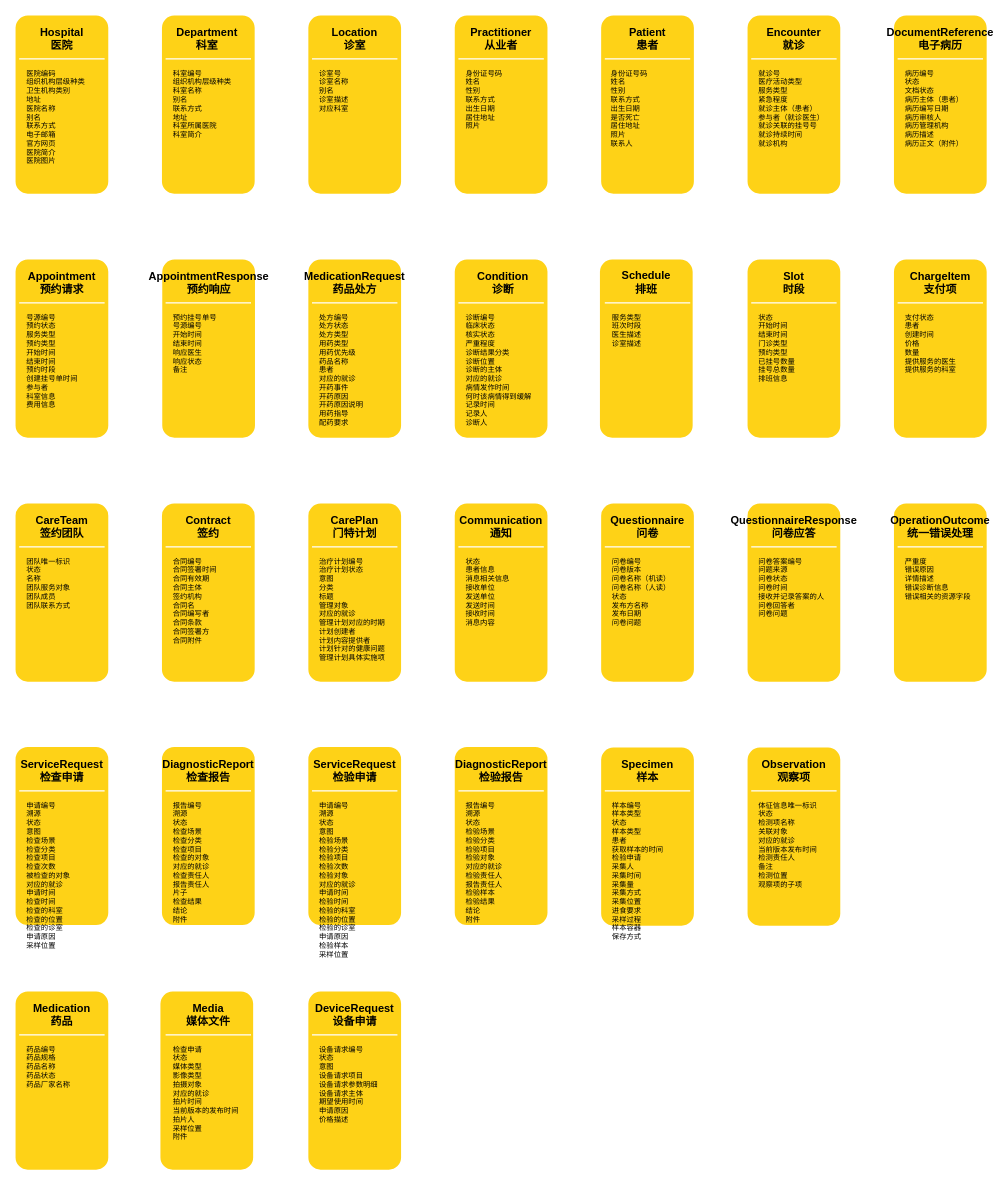
Earlier version of the draw.io diagram 新都医共体核心数据集.drawio (gingili/diagram). Source tidied: cells renumbered, new cells numbered last; positions are measured from the earlier drawing's top-left corner, leaving out a move shared by most shapes. Both pictures are drawn from the tidied source at 61%, with x=0, y=0 at pixel (13, 13).
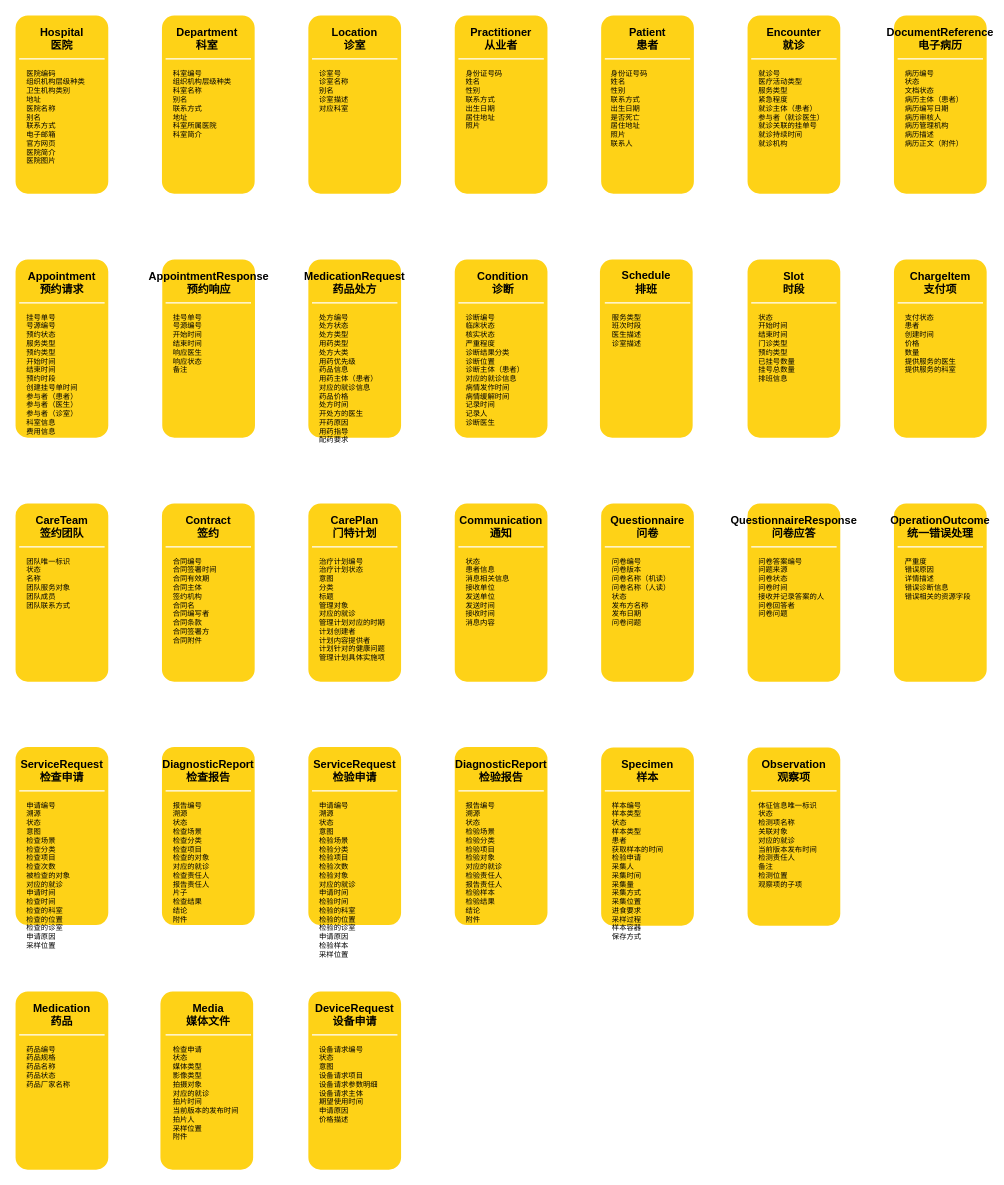
Above is the later version.

Commit message:
Update 新都医共体核心数据集.drawio

Diff of the diagram source:
```diff
@@
-    <mxCell id="12" value="&lt;div&gt;就诊号&lt;br&gt;&lt;/div&gt;&lt;div&gt;医疗活动类型&lt;/div&gt;服务类型&lt;br style=&quot;font-size: 12px&quot;&gt;紧急程度&lt;br style=&quot;font-size: 12px&quot;&gt;就诊主体（患者）&lt;br style=&quot;font-size: 12px&quot;&gt;参与者（就诊医生）&lt;br style=&quot;font-size: 12px&quot;&gt;就诊关联的挂号号&lt;br style=&quot;font-size: 12px&quot;&gt;就诊持续时间&lt;br style=&quot;font-size: 12px&quot;&gt;就诊机构" style="text;html=1;strokeColor=none;fillColor=none;align=left;verticalAlign=top;whiteSpace=wrap;rounded=0;shadow=0;fontSize=12;fontColor=#000000;" parent="1" vertex="1">
+    <mxCell id="12" value="&lt;div&gt;就诊号&lt;br&gt;&lt;/div&gt;&lt;div&gt;医疗活动类型&lt;/div&gt;服务类型&lt;br style=&quot;font-size: 12px&quot;&gt;紧急程度&lt;br style=&quot;font-size: 12px&quot;&gt;就诊主体（患者）&lt;br style=&quot;font-size: 12px&quot;&gt;参与者（就诊医生）&lt;br style=&quot;font-size: 12px&quot;&gt;就诊关联的挂单号&lt;br style=&quot;font-size: 12px&quot;&gt;就诊持续时间&lt;br style=&quot;font-size: 12px&quot;&gt;就诊机构" style="text;html=1;strokeColor=none;fillColor=none;align=left;verticalAlign=top;whiteSpace=wrap;rounded=0;shadow=0;fontSize=12;fontColor=#000000;" parent="1" vertex="1">
       <mxGeometry x="1220" y="85" width="120" height="200" as="geometry" />
     </mxCell>
@@
-    <mxCell id="16" value="处方编号&lt;br style=&quot;font-size: 12px&quot;&gt;处方状态&lt;br style=&quot;font-size: 12px&quot;&gt;处方类型&lt;br style=&quot;font-size: 12px&quot;&gt;用药类型&lt;br style=&quot;font-size: 12px&quot;&gt;用药优先级&lt;br style=&quot;font-size: 12px&quot;&gt;药品名称&lt;br style=&quot;font-size: 12px&quot;&gt;患者&lt;br style=&quot;font-size: 12px&quot;&gt;对应的就诊&lt;br style=&quot;font-size: 12px&quot;&gt;开药事件&lt;br style=&quot;font-size: 12px&quot;&gt;开药原因&lt;br style=&quot;font-size: 12px&quot;&gt;开药原因说明&lt;br style=&quot;font-size: 12px&quot;&gt;用药指导&lt;br style=&quot;font-size: 12px&quot;&gt;配药要求" style="text;html=1;strokeColor=none;fillColor=none;align=left;verticalAlign=top;whiteSpace=wrap;rounded=0;shadow=0;fontSize=12;fontColor=#000000;" parent="1" vertex="1">
+    <mxCell id="16" value="处方编号&lt;br style=&quot;font-size: 12px&quot;&gt;处方状态&lt;br style=&quot;font-size: 12px&quot;&gt;处方类型&lt;br style=&quot;font-size: 12px&quot;&gt;&lt;div&gt;用药类型&lt;/div&gt;&lt;div&gt;处方大类&lt;br&gt;&lt;/div&gt;用药优先级&lt;br style=&quot;font-size: 12px&quot;&gt;药品信息&lt;br style=&quot;font-size: 12px&quot;&gt;用药主体（患者）&lt;br style=&quot;font-size: 12px&quot;&gt;对应的就诊信息&lt;br style=&quot;font-size: 12px&quot;&gt;&lt;div&gt;药品价格&lt;/div&gt;&lt;div&gt;处方时间&lt;br&gt;&lt;/div&gt;&lt;div&gt;开处方的医生&lt;br&gt;&lt;/div&gt;开药原因&lt;br style=&quot;font-size: 12px&quot;&gt;用药指导&lt;br style=&quot;font-size: 12px&quot;&gt;配药要求" style="text;html=1;strokeColor=none;fillColor=none;align=left;verticalAlign=top;whiteSpace=wrap;rounded=0;shadow=0;fontSize=12;fontColor=#000000;" parent="1" vertex="1">
       <mxGeometry x="500" y="485" width="120" height="200" as="geometry" />
     </mxCell>
@@
-    <mxCell id="22" value="&lt;div style=&quot;font-size: 12px;&quot;&gt;号源编号&lt;/div&gt;&lt;div style=&quot;font-size: 12px;&quot;&gt;预约状态&lt;/div&gt;&lt;div style=&quot;font-size: 12px;&quot;&gt;服务类型&lt;/div&gt;&lt;div style=&quot;font-size: 12px;&quot;&gt;预约类型&lt;/div&gt;&lt;div style=&quot;font-size: 12px;&quot;&gt;开始时间&lt;/div&gt;&lt;div style=&quot;font-size: 12px;&quot;&gt;结束时间&lt;/div&gt;&lt;div style=&quot;font-size: 12px;&quot;&gt;预约时段&lt;/div&gt;&lt;div style=&quot;font-size: 12px;&quot;&gt;创建挂号单时间&lt;/div&gt;&lt;div style=&quot;font-size: 12px;&quot;&gt;参与者&lt;/div&gt;&lt;div style=&quot;font-size: 12px;&quot;&gt;科室信息&lt;/div&gt;&lt;div style=&quot;font-size: 12px;&quot;&gt;费用信息&lt;/div&gt;" style="text;html=1;strokeColor=none;fillColor=none;align=left;verticalAlign=top;whiteSpace=wrap;rounded=0;shadow=0;fontSize=12;fontColor=#000000;" parent="1" vertex="1">
+    <mxCell id="22" value="&lt;div&gt;挂号单号&lt;br&gt;&lt;/div&gt;&lt;div style=&quot;font-size: 12px&quot;&gt;号源编号&lt;/div&gt;&lt;div style=&quot;font-size: 12px&quot;&gt;预约状态&lt;/div&gt;&lt;div style=&quot;font-size: 12px&quot;&gt;服务类型&lt;/div&gt;&lt;div style=&quot;font-size: 12px&quot;&gt;预约类型&lt;/div&gt;&lt;div style=&quot;font-size: 12px&quot;&gt;开始时间&lt;/div&gt;&lt;div style=&quot;font-size: 12px&quot;&gt;结束时间&lt;/div&gt;&lt;div style=&quot;font-size: 12px&quot;&gt;预约时段&lt;/div&gt;&lt;div style=&quot;font-size: 12px&quot;&gt;创建挂号单时间&lt;/div&gt;&lt;div style=&quot;font-size: 12px&quot;&gt;参与者（患者）&lt;/div&gt;&lt;div style=&quot;font-size: 12px&quot;&gt;参与者（医生）&lt;/div&gt;&lt;div style=&quot;font-size: 12px&quot;&gt;参与者（诊室）&lt;/div&gt;&lt;div style=&quot;font-size: 12px&quot;&gt;科室信息&lt;/div&gt;&lt;div style=&quot;font-size: 12px&quot;&gt;费用信息&lt;/div&gt;" style="text;html=1;strokeColor=none;fillColor=none;align=left;verticalAlign=top;whiteSpace=wrap;rounded=0;shadow=0;fontSize=12;fontColor=#000000;" parent="1" vertex="1">
       <mxGeometry x="20" y="485" width="120" height="200" as="geometry" />
     </mxCell>
@@
-    <mxCell id="31" value="&lt;div style=&quot;font-size: 12px;&quot;&gt;预约挂号单号&lt;/div&gt;&lt;div style=&quot;font-size: 12px;&quot;&gt;号源编号&lt;/div&gt;&lt;div style=&quot;font-size: 12px;&quot;&gt;开始时间&lt;/div&gt;&lt;div style=&quot;font-size: 12px;&quot;&gt;结束时间&lt;/div&gt;&lt;div style=&quot;font-size: 12px;&quot;&gt;响应医生&lt;/div&gt;&lt;div style=&quot;font-size: 12px;&quot;&gt;响应状态&lt;/div&gt;&lt;div style=&quot;font-size: 12px;&quot;&gt;备注&lt;/div&gt;" style="text;html=1;strokeColor=none;fillColor=none;align=left;verticalAlign=top;whiteSpace=wrap;rounded=0;shadow=0;fontSize=12;fontColor=#000000;" parent="1" vertex="1">
+    <mxCell id="31" value="&lt;div style=&quot;font-size: 12px&quot;&gt;挂号单号&lt;/div&gt;&lt;div style=&quot;font-size: 12px&quot;&gt;号源编号&lt;/div&gt;&lt;div style=&quot;font-size: 12px&quot;&gt;开始时间&lt;/div&gt;&lt;div style=&quot;font-size: 12px&quot;&gt;结束时间&lt;/div&gt;&lt;div style=&quot;font-size: 12px&quot;&gt;响应医生&lt;/div&gt;&lt;div style=&quot;font-size: 12px&quot;&gt;响应状态&lt;/div&gt;&lt;div style=&quot;font-size: 12px&quot;&gt;备注&lt;/div&gt;" style="text;html=1;strokeColor=none;fillColor=none;align=left;verticalAlign=top;whiteSpace=wrap;rounded=0;shadow=0;fontSize=12;fontColor=#000000;" parent="1" vertex="1">
       <mxGeometry x="260" y="485" width="120" height="200" as="geometry" />
     </mxCell>
@@
-    <mxCell id="51" value="&lt;div style=&quot;font-size: 12px&quot;&gt;诊断编号&lt;/div&gt;&lt;div style=&quot;font-size: 12px&quot;&gt;临床状态&lt;/div&gt;&lt;div style=&quot;font-size: 12px&quot;&gt;核实状态&lt;/div&gt;&lt;div style=&quot;font-size: 12px&quot;&gt;严重程度&lt;/div&gt;&lt;div style=&quot;font-size: 12px&quot;&gt;诊断结果分类&lt;/div&gt;&lt;div style=&quot;font-size: 12px&quot;&gt;诊断位置&lt;/div&gt;&lt;div style=&quot;font-size: 12px&quot;&gt;诊断的主体&lt;/div&gt;&lt;div style=&quot;font-size: 12px&quot;&gt;对应的就诊&lt;/div&gt;&lt;div style=&quot;font-size: 12px&quot;&gt;病情发作时间&lt;/div&gt;&lt;div style=&quot;font-size: 12px&quot;&gt;何时该病情得到缓解&lt;/div&gt;&lt;div style=&quot;font-size: 12px&quot;&gt;记录时间&lt;/div&gt;&lt;div style=&quot;font-size: 12px&quot;&gt;记录人&lt;/div&gt;&lt;div style=&quot;font-size: 12px&quot;&gt;诊断人&lt;/div&gt;&lt;div style=&quot;font-size: 12px&quot;&gt;&lt;br style=&quot;font-size: 12px&quot;&gt;&lt;/div&gt;" style="text;html=1;strokeColor=none;fillColor=none;align=left;verticalAlign=top;whiteSpace=wrap;rounded=0;shadow=0;fontSize=12;fontColor=#000000;" parent="1" vertex="1">
+    <mxCell id="51" value="&lt;div style=&quot;font-size: 12px&quot;&gt;诊断编号&lt;/div&gt;&lt;div style=&quot;font-size: 12px&quot;&gt;临床状态&lt;/div&gt;&lt;div style=&quot;font-size: 12px&quot;&gt;核实状态&lt;/div&gt;&lt;div style=&quot;font-size: 12px&quot;&gt;严重程度&lt;/div&gt;&lt;div style=&quot;font-size: 12px&quot;&gt;诊断结果分类&lt;/div&gt;&lt;div style=&quot;font-size: 12px&quot;&gt;诊断位置&lt;/div&gt;&lt;div style=&quot;font-size: 12px&quot;&gt;诊断主体（患者）&lt;/div&gt;&lt;div style=&quot;font-size: 12px&quot;&gt;对应的就诊信息&lt;/div&gt;&lt;div style=&quot;font-size: 12px&quot;&gt;病情发作时间&lt;/div&gt;&lt;div style=&quot;font-size: 12px&quot;&gt;病情缓解时间&lt;/div&gt;&lt;div style=&quot;font-size: 12px&quot;&gt;记录时间&lt;/div&gt;&lt;div style=&quot;font-size: 12px&quot;&gt;记录人&lt;/div&gt;&lt;div style=&quot;font-size: 12px&quot;&gt;诊断医生&lt;/div&gt;&lt;div style=&quot;font-size: 12px&quot;&gt;&lt;br style=&quot;font-size: 12px&quot;&gt;&lt;/div&gt;" style="text;html=1;strokeColor=none;fillColor=none;align=left;verticalAlign=top;whiteSpace=wrap;rounded=0;shadow=0;fontSize=12;fontColor=#000000;" parent="1" vertex="1">
       <mxGeometry x="740" y="485" width="120" height="200" as="geometry" />
     </mxCell>
```
